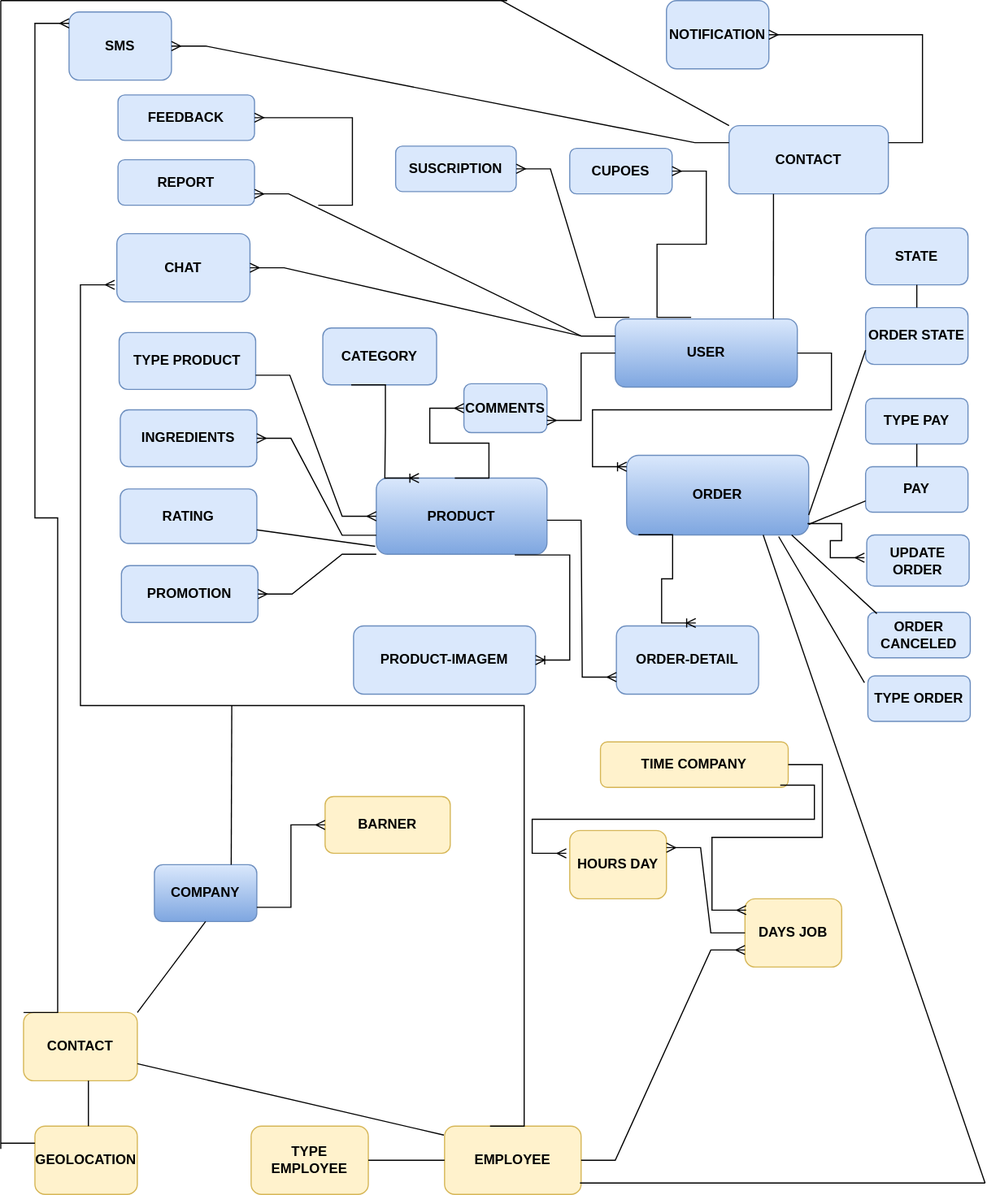
The draw.io diagram Estructuras App/Delivery_Skeletor.drawio (2).svg in filda1/Script-Code, before a commit. Source tidied: cells renumbered, new cells last; positions are measured from the earlier drawing's top-left corner, leaving out a move shared by most shapes.
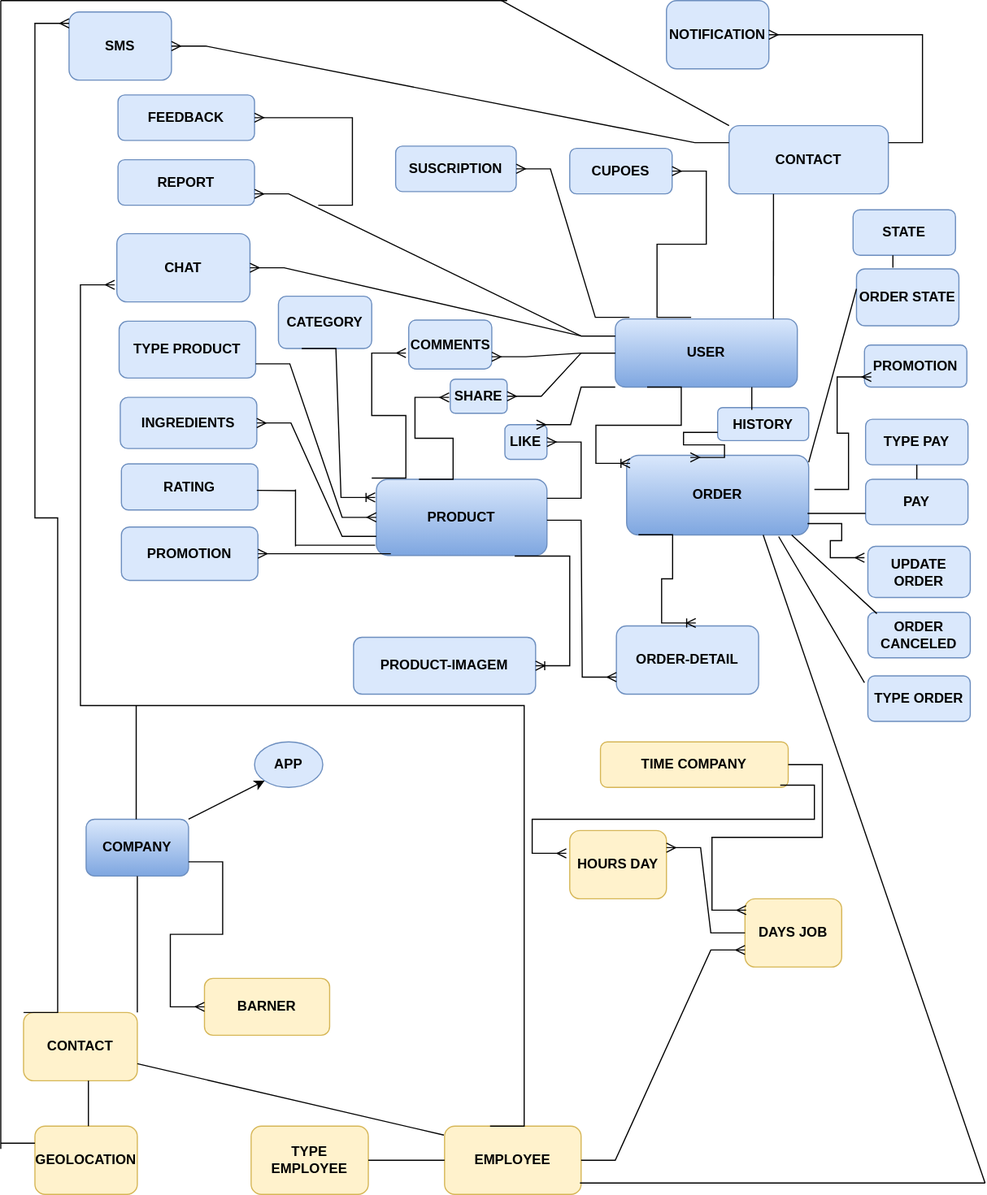
After the change.

Change to the diagram source:
```diff
@@ -3,13 +3,13 @@
     <mxCell id="0" />
     <mxCell id="1" parent="0" />
     <mxCell id="2" value="PRODUCT" style="rounded=1;whiteSpace=wrap;html=1;fillColor=#dae8fc;strokeColor=#6c8ebf;labelBorderColor=none;fontStyle=1;gradientColor=#7ea6e0;" parent="1" vertex="1">
-      <mxGeometry x="330" y="420" width="150" height="67" as="geometry" />
+      <mxGeometry x="330" y="421" width="150" height="67" as="geometry" />
     </mxCell>
     <mxCell id="3" value="&lt;b&gt;CATEGORY&lt;/b&gt;" style="rounded=1;whiteSpace=wrap;html=1;labelBorderColor=none;fillColor=#dae8fc;strokeColor=#6c8ebf;" parent="1" vertex="1">
-      <mxGeometry x="283" y="288" width="100" height="50" as="geometry" />
+      <mxGeometry x="244" y="260" width="82" height="46" as="geometry" />
     </mxCell>
     <mxCell id="4" value="PRODUCT-IMAGEM" style="rounded=1;whiteSpace=wrap;html=1;labelBackgroundColor=none;labelBorderColor=none;fillColor=#dae8fc;strokeColor=#6c8ebf;fontStyle=1;" parent="1" vertex="1">
-      <mxGeometry x="310" y="550" width="160" height="60" as="geometry" />
+      <mxGeometry x="310" y="560" width="160" height="50" as="geometry" />
     </mxCell>
     <mxCell id="5" value="USER" style="rounded=1;whiteSpace=wrap;html=1;labelBackgroundColor=none;labelBorderColor=none;fillColor=#dae8fc;strokeColor=#6c8ebf;fontStyle=1;gradientColor=#7ea6e0;" parent="1" vertex="1">
       <mxGeometry x="540" y="280" width="160" height="60" as="geometry" />
@@ -31,9 +31,10 @@
     <mxCell id="10" style="edgeStyle=entityRelationEdgeStyle;fontSize=12;html=1;endArrow=ERoneToMany;rounded=0;fontColor=#000000;entryX=0.558;entryY=-0.043;entryDx=0;entryDy=0;exitX=0.065;exitY=0.997;exitDx=0;exitDy=0;entryPerimeter=0;exitPerimeter=0;" parent="1" edge="1" source="6" target="7">
       <mxGeometry relative="1" as="geometry" />
     </mxCell>
-    <mxCell id="11" style="edgeStyle=entityRelationEdgeStyle;fontSize=12;html=1;endArrow=ERoneToMany;rounded=0;fontColor=#000000;" parent="1" edge="1" source="5">
+    <mxCell id="11" style="edgeStyle=entityRelationEdgeStyle;fontSize=12;html=1;endArrow=ERoneToMany;rounded=0;fontColor=#000000;" parent="1" edge="1">
       <mxGeometry relative="1" as="geometry">
-        <mxPoint x="550" y="410" as="targetPoint" />
+        <mxPoint x="568" y="340" as="sourcePoint" />
+        <mxPoint x="553" y="407" as="targetPoint" />
       </mxGeometry>
     </mxCell>
     <mxCell id="12" style="endArrow=none;html=1;rounded=0;fontColor=#000000;entryX=0.279;entryY=1;entryDx=0;entryDy=0;entryPerimeter=0;" parent="1" edge="1" target="8">
@@ -41,17 +42,19 @@
         <mxPoint x="679" y="280" as="sourcePoint" />
       </mxGeometry>
     </mxCell>
-    <mxCell id="13" style="edgeStyle=entityRelationEdgeStyle;fontSize=12;html=1;endArrow=ERoneToMany;rounded=0;fontColor=#000000;entryX=0.25;entryY=0;entryDx=0;entryDy=0;exitX=0.25;exitY=1;exitDx=0;exitDy=0;" parent="1" edge="1" source="3" target="2">
-      <mxGeometry relative="1" as="geometry" />
+    <mxCell id="13" style="edgeStyle=entityRelationEdgeStyle;fontSize=12;html=1;endArrow=ERoneToMany;rounded=0;fontColor=#000000;exitX=0.25;exitY=1;exitDx=0;exitDy=0;" parent="1" edge="1" source="3">
+      <mxGeometry relative="1" as="geometry">
+        <mxPoint x="329" y="437" as="targetPoint" />
+      </mxGeometry>
     </mxCell>
     <mxCell id="14" style="edgeStyle=entityRelationEdgeStyle;fontSize=12;html=1;endArrow=ERoneToMany;rounded=0;fontColor=#000000;exitX=0.811;exitY=1.009;exitDx=0;exitDy=0;exitPerimeter=0;" parent="1" edge="1" source="2" target="4">
       <mxGeometry relative="1" as="geometry" />
     </mxCell>
     <mxCell id="15" value="TYPE PRODUCT" style="rounded=1;whiteSpace=wrap;html=1;labelBackgroundColor=none;labelBorderColor=none;fillColor=#dae8fc;strokeColor=#6c8ebf;fontStyle=1;" parent="1" vertex="1">
-      <mxGeometry x="104" y="292" width="120" height="50" as="geometry" />
+      <mxGeometry x="104" y="282" width="120" height="50" as="geometry" />
     </mxCell>
     <mxCell id="16" value="&lt;b&gt;INGREDIENTS&lt;/b&gt;" style="rounded=1;whiteSpace=wrap;html=1;labelBackgroundColor=none;labelBorderColor=none;fillColor=#dae8fc;strokeColor=#6c8ebf;" parent="1" vertex="1">
-      <mxGeometry x="105" y="360" width="120" height="50" as="geometry" />
+      <mxGeometry x="105" y="349" width="120" height="45" as="geometry" />
     </mxCell>
     <mxCell id="17" style="edgeStyle=entityRelationEdgeStyle;fontSize=12;html=1;endArrow=ERmany;rounded=0;fontColor=#000000;exitX=1;exitY=0.75;exitDx=0;exitDy=0;entryX=0;entryY=0.5;entryDx=0;entryDy=0;" parent="1" edge="1" source="15" target="2">
       <mxGeometry relative="1" as="geometry" />
@@ -60,22 +63,28 @@
       <mxGeometry relative="1" as="geometry" />
     </mxCell>
     <mxCell id="19" value="&lt;b&gt;PROMOTION&lt;/b&gt;" style="rounded=1;whiteSpace=wrap;html=1;labelBackgroundColor=none;labelBorderColor=none;fillColor=#dae8fc;strokeColor=#6c8ebf;" parent="1" vertex="1">
-      <mxGeometry x="106" y="497" width="120" height="50" as="geometry" />
+      <mxGeometry x="106" y="463" width="120" height="47" as="geometry" />
     </mxCell>
-    <mxCell id="20" style="edgeStyle=entityRelationEdgeStyle;fontSize=12;html=1;endArrow=ERmany;rounded=0;fontColor=#000000;exitX=0;exitY=1;exitDx=0;exitDy=0;" parent="1" edge="1" source="2" target="19">
+    <mxCell id="20" style="edgeStyle=entityRelationEdgeStyle;fontSize=12;html=1;endArrow=ERmany;rounded=0;fontColor=#000000;exitX=0.085;exitY=0.978;exitDx=0;exitDy=0;exitPerimeter=0;" parent="1" edge="1" source="2" target="19">
       <mxGeometry relative="1" as="geometry" />
     </mxCell>
     <mxCell id="21" value="ORDER STATE" style="rounded=1;whiteSpace=wrap;html=1;labelBackgroundColor=none;labelBorderColor=none;fillColor=#dae8fc;strokeColor=#6c8ebf;fontStyle=1;" parent="1" vertex="1">
-      <mxGeometry x="760" y="270" width="90" height="50" as="geometry" />
+      <mxGeometry x="752" y="236" width="90" height="50" as="geometry" />
     </mxCell>
-    <mxCell id="22" style="endArrow=none;html=1;rounded=0;fontColor=#000000;entryX=0;entryY=0.75;entryDx=0;entryDy=0;exitX=1;exitY=0.75;exitDx=0;exitDy=0;" parent="1" edge="1" source="6" target="21">
-      <mxGeometry relative="1" as="geometry" />
+    <mxCell id="22" style="endArrow=none;html=1;rounded=0;fontColor=#000000;entryX=0;entryY=0.75;entryDx=0;entryDy=0;" parent="1" edge="1">
+      <mxGeometry relative="1" as="geometry">
+        <mxPoint x="710" y="406" as="sourcePoint" />
+        <mxPoint x="752" y="253.5" as="targetPoint" />
+      </mxGeometry>
     </mxCell>
     <mxCell id="23" value="STATE" style="rounded=1;whiteSpace=wrap;html=1;labelBackgroundColor=none;labelBorderColor=none;fillColor=#dae8fc;strokeColor=#6c8ebf;fontStyle=1;" parent="1" vertex="1">
-      <mxGeometry x="760" y="200" width="90" height="50" as="geometry" />
+      <mxGeometry x="749" y="184" width="90" height="40" as="geometry" />
     </mxCell>
-    <mxCell id="24" style="endArrow=none;html=1;rounded=0;fontColor=#000000;entryX=0.5;entryY=1;entryDx=0;entryDy=0;exitX=0.5;exitY=0;exitDx=0;exitDy=0;" parent="1" edge="1" source="21" target="23">
-      <mxGeometry relative="1" as="geometry" />
+    <mxCell id="24" style="endArrow=none;html=1;rounded=0;fontColor=#000000;exitX=0.5;exitY=0;exitDx=0;exitDy=0;" parent="1" edge="1">
+      <mxGeometry relative="1" as="geometry">
+        <mxPoint x="784" y="235" as="sourcePoint" />
+        <mxPoint x="784" y="224" as="targetPoint" />
+      </mxGeometry>
     </mxCell>
     <mxCell id="25" value="ORDER CANCELED" style="rounded=1;whiteSpace=wrap;html=1;labelBackgroundColor=none;labelBorderColor=none;fillColor=#dae8fc;strokeColor=#6c8ebf;fontStyle=1;" parent="1" vertex="1">
       <mxGeometry x="762" y="538" width="90" height="40" as="geometry" />
@@ -86,10 +95,12 @@
       </mxGeometry>
     </mxCell>
     <mxCell id="27" value="PAY" style="rounded=1;whiteSpace=wrap;html=1;labelBackgroundColor=none;labelBorderColor=none;fillColor=#dae8fc;strokeColor=#6c8ebf;fontStyle=1;" parent="1" vertex="1">
-      <mxGeometry x="760" y="410" width="90" height="40" as="geometry" />
+      <mxGeometry x="760" y="421" width="90" height="40" as="geometry" />
     </mxCell>
-    <mxCell id="28" style="endArrow=none;html=1;rounded=0;fontColor=#000000;exitX=1;exitY=0.867;exitDx=0;exitDy=0;exitPerimeter=0;entryX=0;entryY=0.75;entryDx=0;entryDy=0;" parent="1" edge="1" source="6" target="27">
-      <mxGeometry relative="1" as="geometry" />
+    <mxCell id="28" style="endArrow=none;html=1;rounded=0;fontColor=#000000;entryX=0;entryY=0.75;entryDx=0;entryDy=0;" parent="1" edge="1" target="27">
+      <mxGeometry relative="1" as="geometry">
+        <mxPoint x="709" y="451" as="sourcePoint" />
+      </mxGeometry>
     </mxCell>
     <mxCell id="29" value="&lt;b&gt;SMS&lt;/b&gt;" style="rounded=1;whiteSpace=wrap;html=1;labelBackgroundColor=none;labelBorderColor=none;fillColor=#dae8fc;strokeColor=#6c8ebf;" parent="1" vertex="1">
       <mxGeometry x="60" y="10" width="90" height="60" as="geometry" />
@@ -106,7 +117,7 @@
       <mxGeometry relative="1" as="geometry" />
     </mxCell>
     <mxCell id="33" value="TYPE PAY" style="rounded=1;whiteSpace=wrap;html=1;labelBackgroundColor=none;labelBorderColor=none;fillColor=#dae8fc;strokeColor=#6c8ebf;fontStyle=1;" parent="1" vertex="1">
-      <mxGeometry x="760" y="350" width="90" height="40" as="geometry" />
+      <mxGeometry x="760" y="368.2" width="90" height="40" as="geometry" />
     </mxCell>
     <mxCell id="34" style="endArrow=none;html=1;rounded=0;fontColor=#000000;entryX=0.5;entryY=1;entryDx=0;entryDy=0;exitX=0.5;exitY=0;exitDx=0;exitDy=0;" parent="1" edge="1" source="27" target="33">
       <mxGeometry relative="1" as="geometry" />
@@ -136,7 +147,7 @@
       <mxGeometry x="220" y="990" width="103" height="60" as="geometry" />
     </mxCell>
     <mxCell id="43" value="BARNER" style="rounded=1;whiteSpace=wrap;html=1;labelBackgroundColor=none;labelBorderColor=none;fillColor=#fff2cc;strokeColor=#d6b656;fontStyle=1;" parent="1" vertex="1">
-      <mxGeometry x="285" y="700" width="110" height="50" as="geometry" />
+      <mxGeometry x="179" y="860" width="110" height="50" as="geometry" />
     </mxCell>
     <mxCell id="44" style="endArrow=none;html=1;rounded=0;fontColor=#000000;entryX=1;entryY=0.5;entryDx=0;entryDy=0;exitX=0;exitY=0.5;exitDx=0;exitDy=0;exitPerimeter=0;" parent="1" edge="1" source="41" target="42">
       <mxGeometry relative="1" as="geometry" />
@@ -171,11 +182,11 @@
       </mxGeometry>
     </mxCell>
     <mxCell id="53" value="COMPANY" style="rounded=1;whiteSpace=wrap;html=1;labelBackgroundColor=none;labelBorderColor=none;fillColor=#dae8fc;strokeColor=#6c8ebf;fontStyle=1;gradientColor=#7ea6e0;" parent="1" vertex="1">
-      <mxGeometry x="135" y="760" width="90" height="50" as="geometry" />
+      <mxGeometry x="75" y="720" width="90" height="50" as="geometry" />
     </mxCell>
-    <mxCell id="54" style="endArrow=none;html=1;rounded=0;fontColor=#000000;exitX=0.75;exitY=0;exitDx=0;exitDy=0;" parent="1" edge="1" source="53">
+    <mxCell id="54" style="endArrow=none;html=1;rounded=0;fontColor=#000000;exitX=0.489;exitY=0;exitDx=0;exitDy=0;exitPerimeter=0;" parent="1" edge="1" source="53">
       <mxGeometry relative="1" as="geometry">
-        <mxPoint x="203" y="620" as="targetPoint" />
+        <mxPoint x="119" y="620" as="targetPoint" />
       </mxGeometry>
     </mxCell>
     <mxCell id="55" style="endArrow=none;html=1;rounded=0;fontColor=#000000;entryX=0.5;entryY=1;entryDx=0;entryDy=0;exitX=1;exitY=0;exitDx=0;exitDy=0;" parent="1" edge="1" source="49" target="53">
@@ -239,13 +250,8 @@
       </mxGeometry>
     </mxCell>
     <mxCell id="67" value="&lt;b&gt;RATING&lt;/b&gt;" style="rounded=1;whiteSpace=wrap;html=1;fillColor=#dae8fc;strokeColor=#6c8ebf;" parent="1" vertex="1">
-      <mxGeometry x="105" y="429.5" width="120" height="48" as="geometry" />
+      <mxGeometry x="106" y="407.5" width="120" height="40.5" as="geometry" />
     </mxCell>
-    <mxCell id="68" style="endArrow=none;html=1;rounded=0;exitX=1;exitY=0.75;exitDx=0;exitDy=0;" parent="1" edge="1" source="67">
-      <mxGeometry relative="1" as="geometry">
-        <mxPoint x="329" y="480" as="targetPoint" />
-      </mxGeometry>
-    </mxCell>
     <mxCell id="69" value="TYPE ORDER" style="rounded=1;whiteSpace=wrap;html=1;fillColor=#dae8fc;strokeColor=#6c8ebf;fontStyle=1;" parent="1" vertex="1">
       <mxGeometry x="762" y="594" width="90" height="40" as="geometry" />
     </mxCell>
@@ -261,7 +267,7 @@
       <mxGeometry relative="1" as="geometry" />
     </mxCell>
     <mxCell id="73" value="UPDATE ORDER" style="rounded=1;whiteSpace=wrap;html=1;fillColor=#dae8fc;strokeColor=#6c8ebf;fontStyle=1;" parent="1" vertex="1">
-      <mxGeometry x="761" y="470" width="90" height="45" as="geometry" />
+      <mxGeometry x="762" y="480" width="90" height="45" as="geometry" />
     </mxCell>
     <mxCell id="74" style="edgeStyle=entityRelationEdgeStyle;fontSize=12;html=1;endArrow=ERmany;rounded=0;" parent="1" edge="1">
       <mxGeometry relative="1" as="geometry">
@@ -273,14 +279,15 @@
       <mxGeometry relative="1" as="geometry" />
     </mxCell>
     <mxCell id="76" value="COMMENTS" style="rounded=1;whiteSpace=wrap;html=1;fillColor=#dae8fc;strokeColor=#6c8ebf;fontStyle=1;direction=south;" parent="1" vertex="1">
-      <mxGeometry x="407" y="337" width="73" height="43" as="geometry" />
+      <mxGeometry x="358.5" y="281" width="73" height="43" as="geometry" />
     </mxCell>
     <mxCell id="77" style="edgeStyle=entityRelationEdgeStyle;fontSize=12;html=1;endArrow=ERmany;rounded=0;entryX=0.75;entryY=0;entryDx=0;entryDy=0;" parent="1" edge="1" source="5" target="76">
       <mxGeometry relative="1" as="geometry" />
     </mxCell>
-    <mxCell id="78" style="edgeStyle=entityRelationEdgeStyle;fontSize=12;html=1;endArrow=ERmany;rounded=0;entryX=0.5;entryY=1;entryDx=0;entryDy=0;" parent="1" edge="1" target="76">
+    <mxCell id="78" style="edgeStyle=entityRelationEdgeStyle;fontSize=12;html=1;endArrow=ERmany;rounded=0;" parent="1" edge="1">
       <mxGeometry relative="1" as="geometry">
-        <mxPoint x="399" y="420" as="sourcePoint" />
+        <mxPoint x="326" y="420" as="sourcePoint" />
+        <mxPoint x="356" y="310" as="targetPoint" />
       </mxGeometry>
     </mxCell>
     <mxCell id="79" value="FEEDBACK" style="rounded=1;whiteSpace=wrap;html=1;fillColor=#dae8fc;strokeColor=#6c8ebf;fontStyle=1;" parent="1" vertex="1">
@@ -291,5 +298,72 @@
         <mxPoint x="279" y="180" as="sourcePoint" />
       </mxGeometry>
     </mxCell>
+    <mxCell id="81" value="SHARE" style="rounded=1;whiteSpace=wrap;html=1;fillColor=#dae8fc;strokeColor=#6c8ebf;fontStyle=1;" parent="1" vertex="1">
+      <mxGeometry x="395" y="333" width="50" height="30" as="geometry" />
+    </mxCell>
+    <mxCell id="82" value="LIKE" style="rounded=1;whiteSpace=wrap;html=1;fillColor=#dae8fc;strokeColor=#6c8ebf;fontStyle=1;" parent="1" vertex="1">
+      <mxGeometry x="443" y="373" width="37" height="30.5" as="geometry" />
+    </mxCell>
+    <mxCell id="83" style="edgeStyle=entityRelationEdgeStyle;fontSize=12;html=1;endArrow=ERmany;rounded=0;entryX=0.75;entryY=0;entryDx=0;entryDy=0;exitX=0;exitY=1;exitDx=0;exitDy=0;" parent="1" edge="1" source="5" target="82">
+      <mxGeometry relative="1" as="geometry" />
+    </mxCell>
+    <mxCell id="84" style="edgeStyle=entityRelationEdgeStyle;fontSize=12;html=1;endArrow=ERmany;rounded=0;exitX=1;exitY=0.25;exitDx=0;exitDy=0;" parent="1" edge="1" source="2" target="82">
+      <mxGeometry relative="1" as="geometry" />
+    </mxCell>
+    <mxCell id="85" style="endArrow=none;html=1;rounded=0;" parent="1" edge="1">
+      <mxGeometry relative="1" as="geometry">
+        <mxPoint x="259" y="479" as="sourcePoint" />
+        <mxPoint x="329" y="479" as="targetPoint" />
+      </mxGeometry>
+    </mxCell>
+    <mxCell id="86" style="endArrow=none;html=1;rounded=0;" parent="1" edge="1">
+      <mxGeometry relative="1" as="geometry">
+        <mxPoint x="259" y="430" as="sourcePoint" />
+        <mxPoint x="259" y="480" as="targetPoint" />
+      </mxGeometry>
+    </mxCell>
+    <mxCell id="87" style="endArrow=none;html=1;rounded=0;exitX=1;exitY=0.5;exitDx=0;exitDy=0;" parent="1" edge="1">
+      <mxGeometry relative="1" as="geometry">
+        <mxPoint x="225" y="430.8" as="sourcePoint" />
+        <mxPoint x="259" y="431" as="targetPoint" />
+      </mxGeometry>
+    </mxCell>
+    <mxCell id="88" style="edgeStyle=entityRelationEdgeStyle;fontSize=12;html=1;endArrow=ERmany;rounded=0;" parent="1" edge="1" source="5" target="81">
+      <mxGeometry relative="1" as="geometry" />
+    </mxCell>
+    <mxCell id="89" style="edgeStyle=entityRelationEdgeStyle;fontSize=12;html=1;endArrow=ERmany;rounded=0;entryX=0.5;entryY=1;entryDx=0;entryDy=0;exitX=0.25;exitY=0;exitDx=0;exitDy=0;" parent="1" edge="1" source="2">
+      <mxGeometry relative="1" as="geometry">
+        <mxPoint x="394" y="349" as="targetPoint" />
+      </mxGeometry>
+    </mxCell>
+    <mxCell id="90" value="HISTORY" style="rounded=1;whiteSpace=wrap;html=1;fillColor=#dae8fc;strokeColor=#6c8ebf;fontStyle=1;" parent="1" vertex="1">
+      <mxGeometry x="630" y="358" width="80" height="29" as="geometry" />
+    </mxCell>
+    <mxCell id="91" style="edgeStyle=orthogonalEdgeStyle;rounded=0;orthogonalLoop=1;jettySize=auto;html=1;exitX=0.5;exitY=1;exitDx=0;exitDy=0;" parent="1" edge="1" source="90" target="90">
+      <mxGeometry relative="1" as="geometry" />
+    </mxCell>
+    <mxCell id="92" style="edgeStyle=entityRelationEdgeStyle;fontSize=12;html=1;endArrow=ERmany;rounded=0;entryX=0.35;entryY=0.026;entryDx=0;entryDy=0;entryPerimeter=0;exitX=0;exitY=0.75;exitDx=0;exitDy=0;" parent="1" edge="1" source="90" target="6">
+      <mxGeometry relative="1" as="geometry" />
+    </mxCell>
+    <mxCell id="93" style="endArrow=none;html=1;rounded=0;exitX=0.75;exitY=1;exitDx=0;exitDy=0;" parent="1" edge="1" source="5">
+      <mxGeometry relative="1" as="geometry">
+        <mxPoint x="660" y="360" as="targetPoint" />
+      </mxGeometry>
+    </mxCell>
+    <mxCell id="94" value="PROMOTION" style="rounded=1;whiteSpace=wrap;html=1;fillColor=#dae8fc;strokeColor=#6c8ebf;fontStyle=1;" parent="1" vertex="1">
+      <mxGeometry x="759" y="303" width="90" height="37" as="geometry" />
+    </mxCell>
+    <mxCell id="95" style="edgeStyle=entityRelationEdgeStyle;fontSize=12;html=1;endArrow=ERmany;rounded=0;" parent="1" edge="1">
+      <mxGeometry relative="1" as="geometry">
+        <mxPoint x="715" y="430" as="sourcePoint" />
+        <mxPoint x="765" y="331" as="targetPoint" />
+      </mxGeometry>
+    </mxCell>
+    <mxCell id="96" value="APP" style="ellipse;whiteSpace=wrap;html=1;fillColor=#dae8fc;strokeColor=#6c8ebf;fontStyle=1;" parent="1" vertex="1">
+      <mxGeometry x="223" y="652" width="60" height="40" as="geometry" />
+    </mxCell>
+    <mxCell id="97" style="endArrow=classic;html=1;rounded=0;exitX=1;exitY=0;exitDx=0;exitDy=0;entryX=0;entryY=1;entryDx=0;entryDy=0;" parent="1" edge="1" source="53" target="96">
+      <mxGeometry relative="1" as="geometry" />
+    </mxCell>
   </root>
 </mxGraphModel>
```
